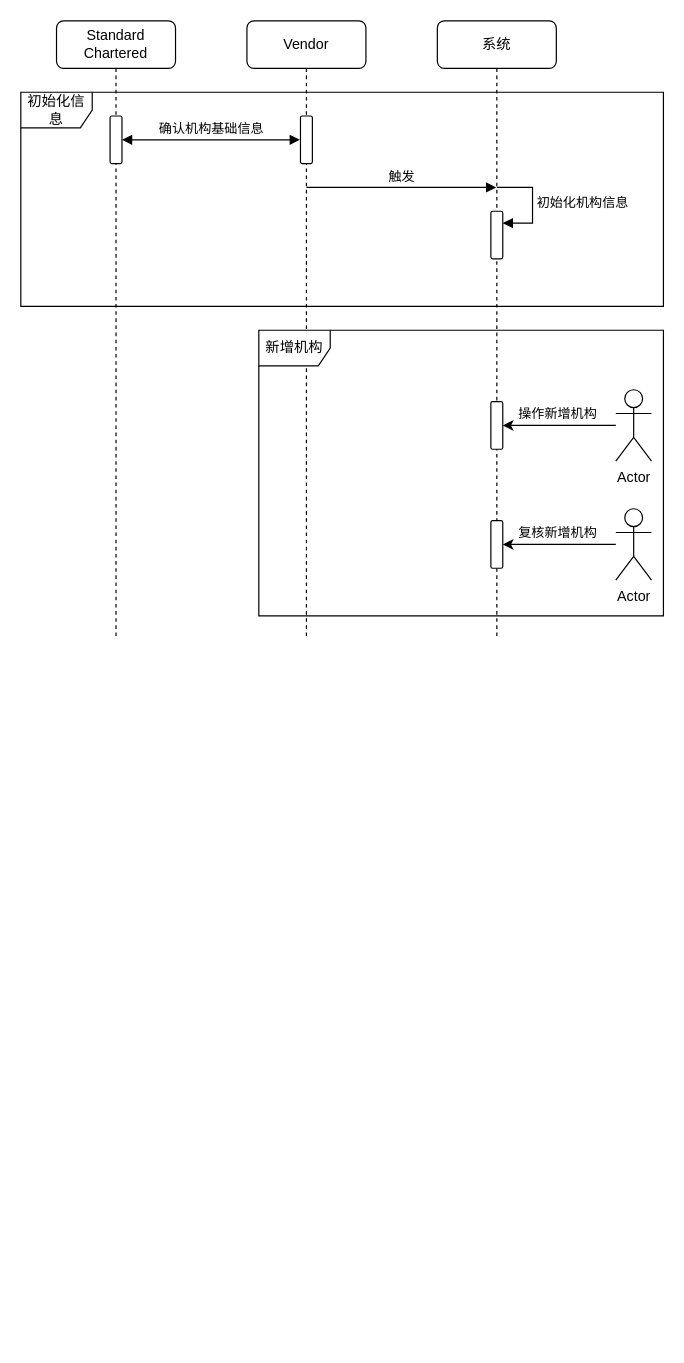
Above: LLSI/未命名绘图.drawio in 0573xieguojia/To-program (draw.io), before the change. Source tidied: cells renumbered, new cells numbered last; positions are measured from the earlier drawing's top-left corner, leaving out a move shared by most shapes. Both pictures are drawn from the tidied source at 119%, with x=0, y=0 at pixel (20, 20).
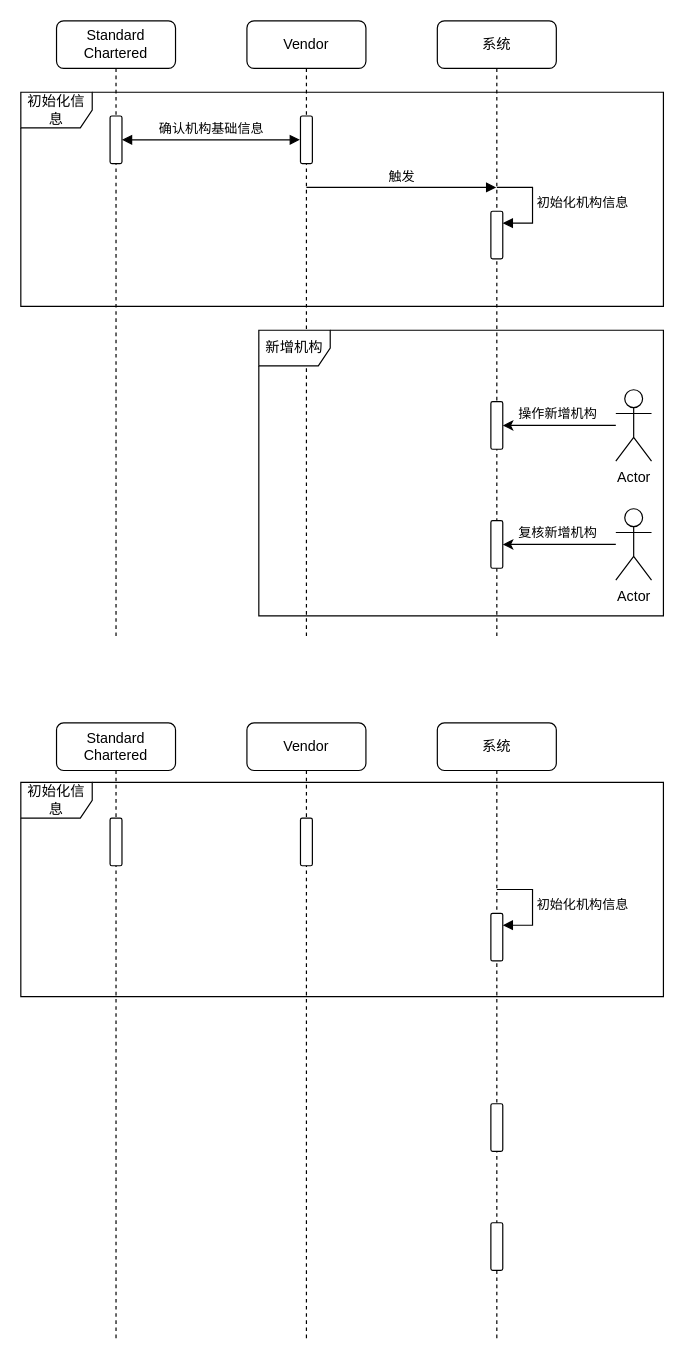
The same diagram, later.

Commit message:
更新未命名绘图.drawio

The edit, as a diff of the source:
```diff
@@
+    <mxCell id="19" value="Standard Chartered" style="shape=umlLifeline;perimeter=lifelinePerimeter;whiteSpace=wrap;html=1;newEdgeStyle={&quot;edgeStyle&quot;:&quot;elbowEdgeStyle&quot;,&quot;elbow&quot;:&quot;vertical&quot;,&quot;curved&quot;:0,&quot;rounded&quot;:0};rounded=1;" parent="1" vertex="1">
+      <mxGeometry x="30" y="590" width="100" height="520" as="geometry" />
+    </mxCell>
+    <mxCell id="20" style="html=1;perimeter=orthogonalPerimeter;targetShapes=umlLifeline;newEdgeStyle={&quot;edgeStyle&quot;:&quot;elbowEdgeStyle&quot;,&quot;elbow&quot;:&quot;vertical&quot;,&quot;curved&quot;:0,&quot;rounded&quot;:0};rounded=1;" parent="19" vertex="1">
+      <mxGeometry x="45" y="80" width="10" height="40" as="geometry" />
+    </mxCell>
+    <mxCell id="21" value="Vendor" style="shape=umlLifeline;perimeter=lifelinePerimeter;whiteSpace=wrap;html=1;newEdgeStyle={&quot;edgeStyle&quot;:&quot;elbowEdgeStyle&quot;,&quot;elbow&quot;:&quot;vertical&quot;,&quot;curved&quot;:0,&quot;rounded&quot;:0};rounded=1;" parent="1" vertex="1">
+      <mxGeometry x="190" y="590" width="100" height="520" as="geometry" />
+    </mxCell>
+    <mxCell id="22" style="html=1;perimeter=orthogonalPerimeter;targetShapes=umlLifeline;newEdgeStyle={&quot;edgeStyle&quot;:&quot;elbowEdgeStyle&quot;,&quot;elbow&quot;:&quot;vertical&quot;,&quot;curved&quot;:0,&quot;rounded&quot;:0};rounded=1;" parent="21" vertex="1">
+      <mxGeometry x="45" y="80" width="10" height="40" as="geometry" />
+    </mxCell>
+    <mxCell id="23" value="系统" style="shape=umlLifeline;perimeter=lifelinePerimeter;whiteSpace=wrap;html=1;newEdgeStyle={&quot;edgeStyle&quot;:&quot;elbowEdgeStyle&quot;,&quot;elbow&quot;:&quot;vertical&quot;,&quot;curved&quot;:0,&quot;rounded&quot;:0};rounded=1;" parent="1" vertex="1">
+      <mxGeometry x="350" y="590" width="100" height="520" as="geometry" />
+    </mxCell>
+    <mxCell id="24" style="html=1;points=[];perimeter=orthogonalPerimeter;outlineConnect=0;targetShapes=umlLifeline;portConstraint=eastwest;newEdgeStyle={&quot;edgeStyle&quot;:&quot;elbowEdgeStyle&quot;,&quot;elbow&quot;:&quot;vertical&quot;,&quot;curved&quot;:0,&quot;rounded&quot;:0};rounded=1;" parent="23" vertex="1">
+      <mxGeometry x="45" y="160" width="10" height="40" as="geometry" />
+    </mxCell>
+    <mxCell id="25" value="初始化机构信息" style="html=1;align=left;spacingLeft=2;endArrow=block;rounded=0;edgeStyle=orthogonalEdgeStyle;curved=0;rounded=0;" parent="23" edge="1" target="24">
+      <mxGeometry relative="1" as="geometry">
+        <mxPoint x="50" y="140" as="sourcePoint" />
+        <Array as="points">
+          <mxPoint x="80" y="170" />
+        </Array>
+      </mxGeometry>
+    </mxCell>
+    <mxCell id="26" style="html=1;perimeter=orthogonalPerimeter;targetShapes=umlLifeline;newEdgeStyle={&quot;edgeStyle&quot;:&quot;elbowEdgeStyle&quot;,&quot;elbow&quot;:&quot;vertical&quot;,&quot;curved&quot;:0,&quot;rounded&quot;:0};rounded=1;" parent="23" vertex="1">
+      <mxGeometry x="45" y="320" width="10" height="40" as="geometry" />
+    </mxCell>
+    <mxCell id="27" style="html=1;perimeter=orthogonalPerimeter;targetShapes=umlLifeline;newEdgeStyle={&quot;edgeStyle&quot;:&quot;elbowEdgeStyle&quot;,&quot;elbow&quot;:&quot;vertical&quot;,&quot;curved&quot;:0,&quot;rounded&quot;:0};rounded=1;" parent="23" vertex="1">
+      <mxGeometry x="45" y="420" width="10" height="40" as="geometry" />
+    </mxCell>
+    <mxCell id="28" value="初始化信息" style="shape=umlFrame;whiteSpace=wrap;html=1;rounded=1;" parent="1" vertex="1">
+      <mxGeometry y="640" width="540" height="180" as="geometry" />
+    </mxCell>
```
